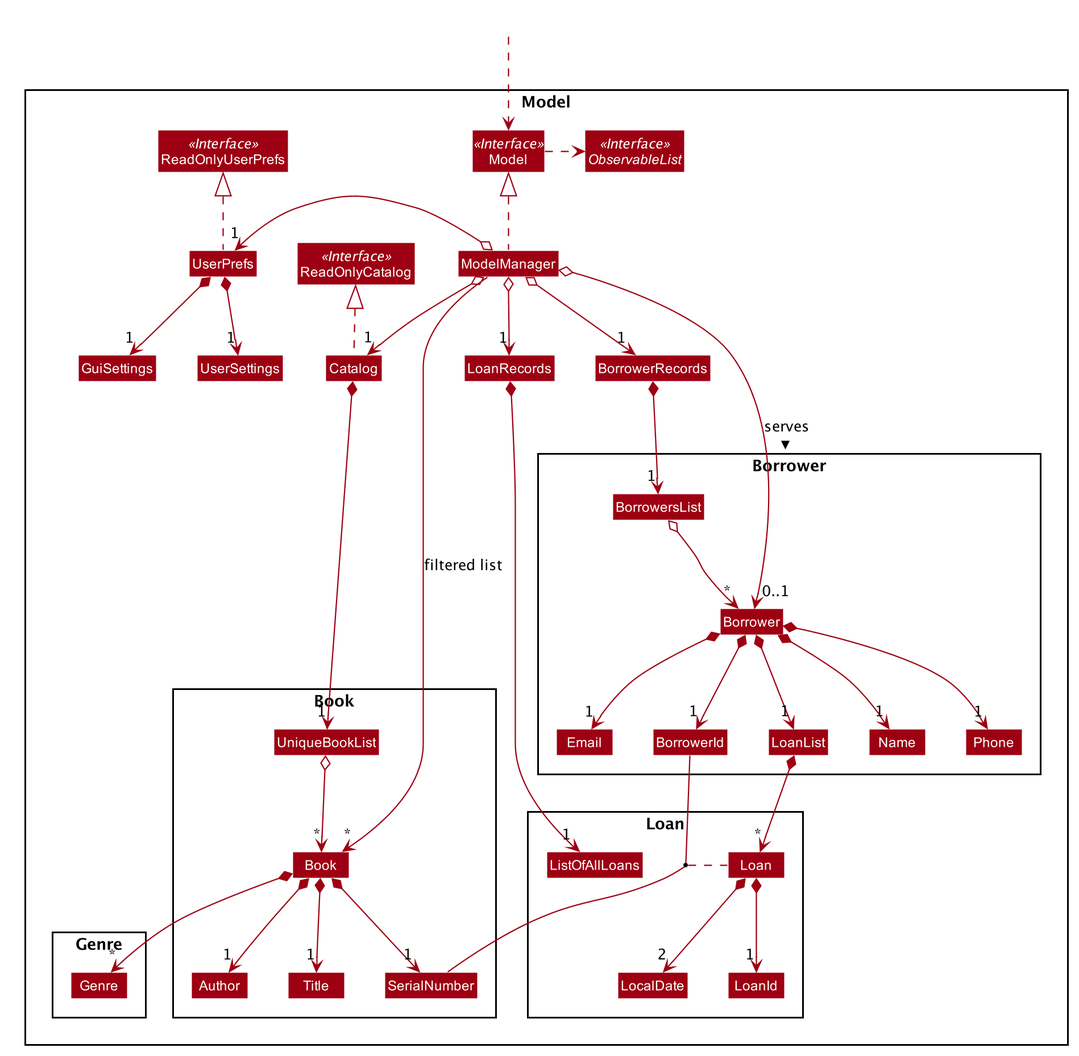
The PlantUML diagram images/ModelClassDiagram.png in shiyao821/main, before a commit.
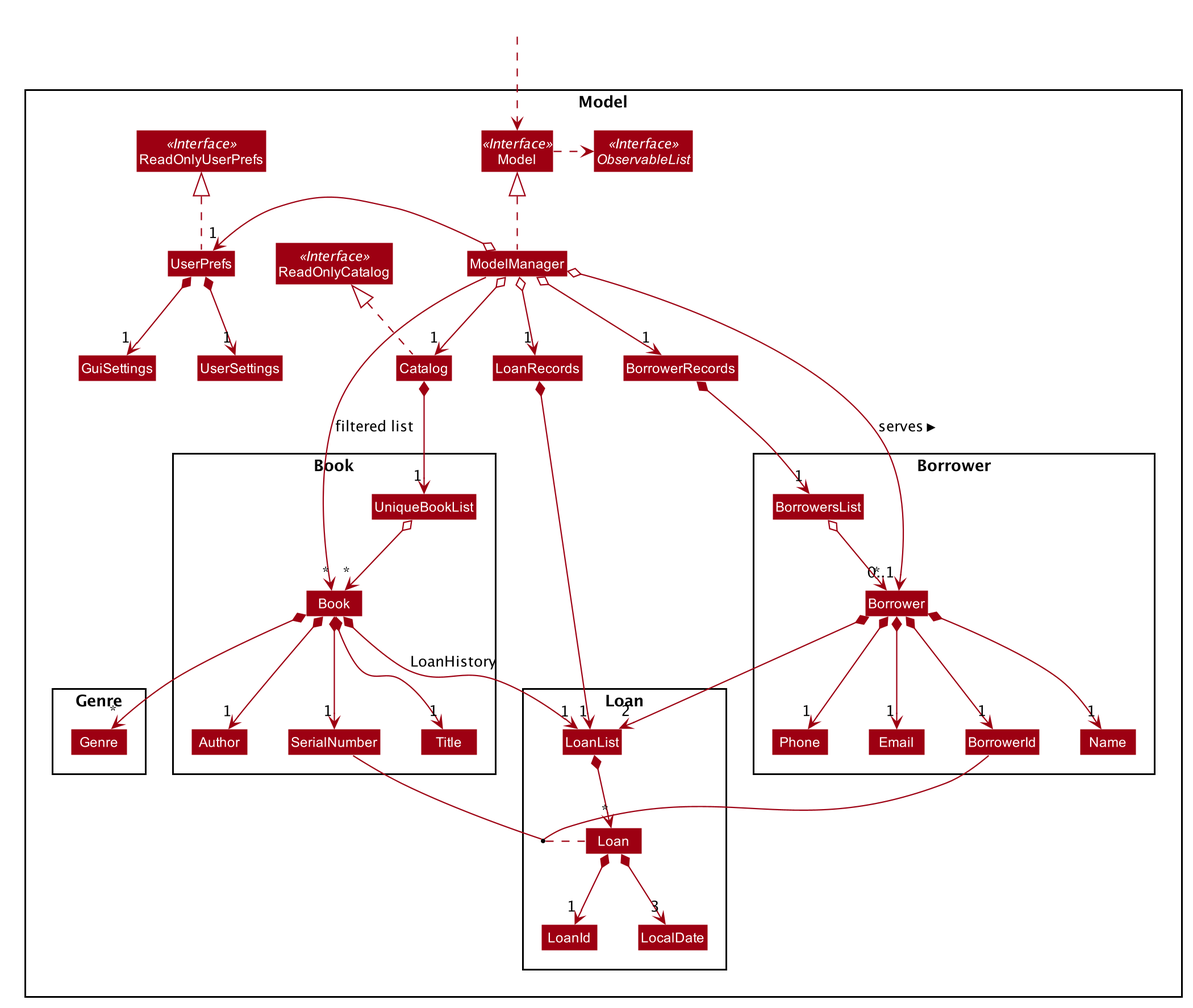
Above is the later version.

The edit, as a diff of the source:
```diff
@@ -83,12 +83,11 @@
 Class Phone
 Class Email
 Class BorrowerId
-Class LoanList
 }
 
 Package Loan {
+Class LoanList
 Class Loan
-Class ListOfAllLoans
 Class LoanId
 BorrowerId -- SerialNumber
 (BorrowerId, SerialNumber) .. Loan
@@ -123,6 +122,7 @@
 Book *--> "1" Title
 Book *--> "1" Author
 Book *--> "1" SerialNumber
+Book *--> "1" LoanList : "LoanHistory"
 
 BorrowerRecords *--> "1" BorrowersList
 BorrowersList o--> "*" Borrower
@@ -130,17 +130,19 @@
 Borrower *--> "1" Phone
 Borrower *--> "1" Email
 Borrower *--> "1" BorrowerId
-Borrower *--> "1" LoanList
+Borrower *--> "2" LoanList
 
 LoanList *--> "*" Loan
-LoanRecords *--> "1" ListOfAllLoans
+LoanRecords *--> "1" LoanList
 Loan *--> "1" LoanId
-Loan *--> "2" LocalDate
+Loan *--> "3" LocalDate
 
 
 Catalog -[hidden]> LoanRecords
 LoanRecords -[hidden]> BorrowerRecords
-LoanList -[hidden]right> Name
+UniqueBookList -[hidden]> LoanList
+LoanList -[hidden]> BorrowersList
 
+SerialNumber -[hidden]> BorrowerId
 ModelManager -->"*" Book : filtered list
 @enduml
```
